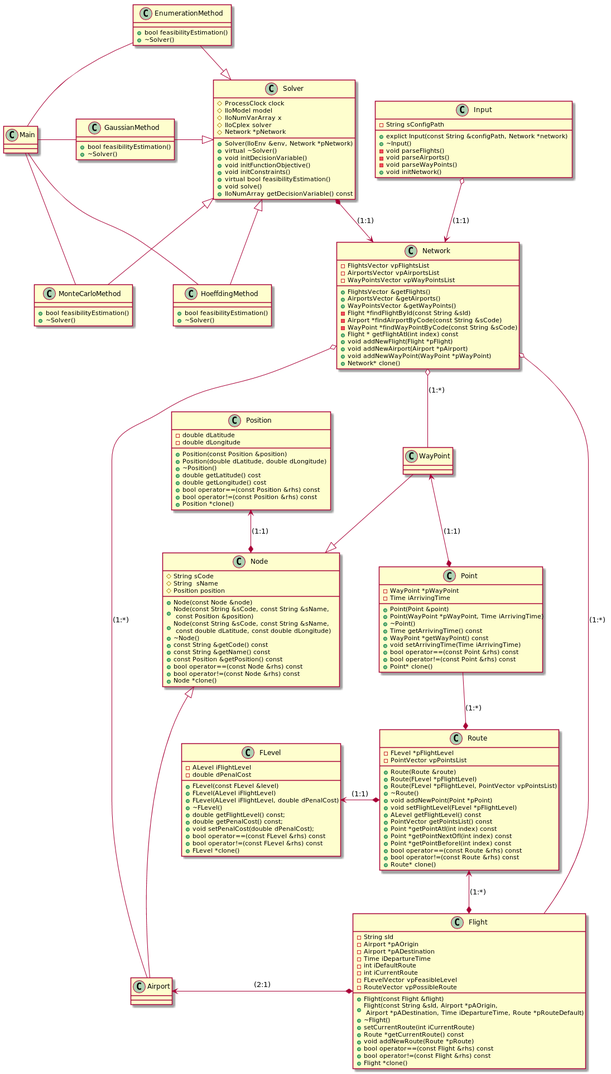
Above: uml/ClassDiagram_RobustFLA.png in martinWANG2014/RobustFLA (PlantUML), before the change. Its diagram source:
```plantuml
@startuml

class Input{
    -String sConfigPath
    +explict Input(const String &configPath, Network *network)
    +~Input()
    -void parseFlights()
    -void parseAirports()
    -void parseWayPoints()
    +void initNetwork()
}
class Network{
    -FlightsVector vpFlightsList
    -AirportsVector vpAirportsList
    -WayPointsVector vpWayPointsList
    +FlightsVector &getFlights()
    +AirportsVector &getAirports()
    +WayPointsVector &getWayPoints()
    -Flight *findFlightById(const String &sId)
    -Airport *findAirportByCode(const String &sCode)
    -WayPoint *findWayPointByCode(const String &sCode)
    +Flight * getFlightAtI(int index) const
    +void addNewFlight(Flight *pFlight)
    +void addNewAirport(Airport *pAirport)
    +void addNewWayPoint(WayPoint *pWayPoint)
    +Network* clone()
}
class Position{
    -double dLatitude
    -double dLongitude
    +Position(const Position &position)
    +Position(double dLatitude, double dLongitude)
    +~Position()
    +double getLatitude() cost
    +double getLongitude() cost
    +bool operator==(const Position &rhs) const
    +bool operator!=(const Position &rhs) const
    +Position *clone()
}
class Node{
    #String sCode
    #String  sName
    #Position position
    +Node(const Node &node)
    +Node(const String &sCode, const String &sName, \n const Position &position)
    +Node(const String &sCode, const String &sName, \n const double dLatitude, const double dLongitude)
    +~Node()
    +const String &getCode() const
    +const String &getName() const
    +const Position &getPosition() const
    +bool operator==(const Node &rhs) const
    +bool operator!=(const Node &rhs) const
    +Node *clone()
}
class FLevel{
    -ALevel iFlightLevel
    -double dPenalCost
    +FLevel(const FLevel &level)
    +FLevel(ALevel iFlightLevel)
    +FLevel(ALevel iFlightLevel, double dPenalCost)
    +~FLevel()
    +double getFlightLevel() const;
    +double getPenalCost() const;
    +void setPenalCost(double dPenalCost);
    +bool operator==(const FLevel &rhs) const
    +bool operator!=(const FLevel &rhs) const
    +FLevel *clone()
}
class Flight{
    -String sId
    -Airport *pAOrigin
    -Airport *pADestination
    -Time iDepartureTime
    -int iDefaultRoute
    -int iCurrentRoute
    -FLevelVector vpFeasibleLevel
    -RouteVector vpPossibleRoute
    +Flight(const Flight &flight)
    +Flight(const String &sId, Airport *pAOrigin, \n Airport *pADestination, Time iDepartureTime, Route *pRouteDefault)
    +~Flight()
    +setCurrentRoute(int iCurrentRoute)
    +Route *getCurrentRoute() const
    +void addNewRoute(Route *pRoute)
    +bool operator==(const Flight &rhs) const
    +bool operator!=(const Flight &rhs) const
    +Flight *clone()
}
class Point{
    -WayPoint *pWayPoint
    -Time iArrivingTime
    +Point(Point &point)
    +Point(WayPoint *pWayPoint, Time iArrivingTime)
    +~Point()
    +Time getArrivingTime() const
    +WayPoint *getWayPoint() const
    +void setArrivingTime(Time iArrivingTime)
    +bool operator==(const Point &rhs) const
    +bool operator!=(const Point &rhs) const
    +Point* clone()
}
class Route{
    -FLevel *pFlightLevel
    -PointVector vpPointsList
    +Route(Route &route)
    +Route(FLevel *pFlightLevel)
    +Route(FLevel *pFlightLevel, PointVector vpPointsList)
    +~Route()
    +void addNewPoint(Point *pPoint)
    +void setFlightLevel(FLevel *pFlightLevel)
    +ALevel getFlightLevel() const
    +PointVector getPointsList() const
    +Point *getPointAtI(int index) const
    +Point *getPointNextOfI(int index) const
    +Point *getPointBeforeI(int index) const
    +bool operator==(const Route &rhs) const
    +bool operator!=(const Route &rhs) const
    +Route* clone()
}

class Solver{
    #ProcessClock clock
    #IloModel model
    #IloNumVarArray x
    #IloCplex solver
    #Network *pNetwork
    +Solver(IloEnv &env, Network *pNetwork)
    +virtual ~Solver()
    +void initDecisionVariable()
    +void initFunctionObjective()
    +void initConstraints()
    +virtual bool feasibilityEstimation()
    +void solve()
    +IloNumArray getDecisionVariable() const
}
class MonteCarloMethod{
    +bool feasibilityEstimation()
    +~Solver()
}
class HoeffdingMethod{
    +bool feasibilityEstimation()
    +~Solver()
}
class EnumerationMethod{
    +bool feasibilityEstimation()
    +~Solver()
}
class GaussianMethod{
    +bool feasibilityEstimation()
    +~Solver()
}
Airport -u-|> Node
WayPoint --|> Node
Route *-u- Point:(1:*)
Route *-l-> FLevel:(1:1)
Point *-u->WayPoint:(1:1)
Flight *-u->Route:(1:*)
Flight *-l->Airport:(2:1)
Node *-u->Position:(1:1)
Input o-->Network:(1:1)
Network o--Flight:(1:*)
Network o-d-Airport:(1:*)
Network o--WayPoint:(1:*)
Solver *-->Network:(1:1)
MonteCarloMethod --|> Solver
HoeffdingMethod --|> Solver
EnumerationMethod --|> Solver
GaussianMethod -r-|> Solver
Main -d- MonteCarloMethod
Main -d- HoeffdingMethod
Main -u- EnumerationMethod
Main -r- GaussianMethod
@enduml
```
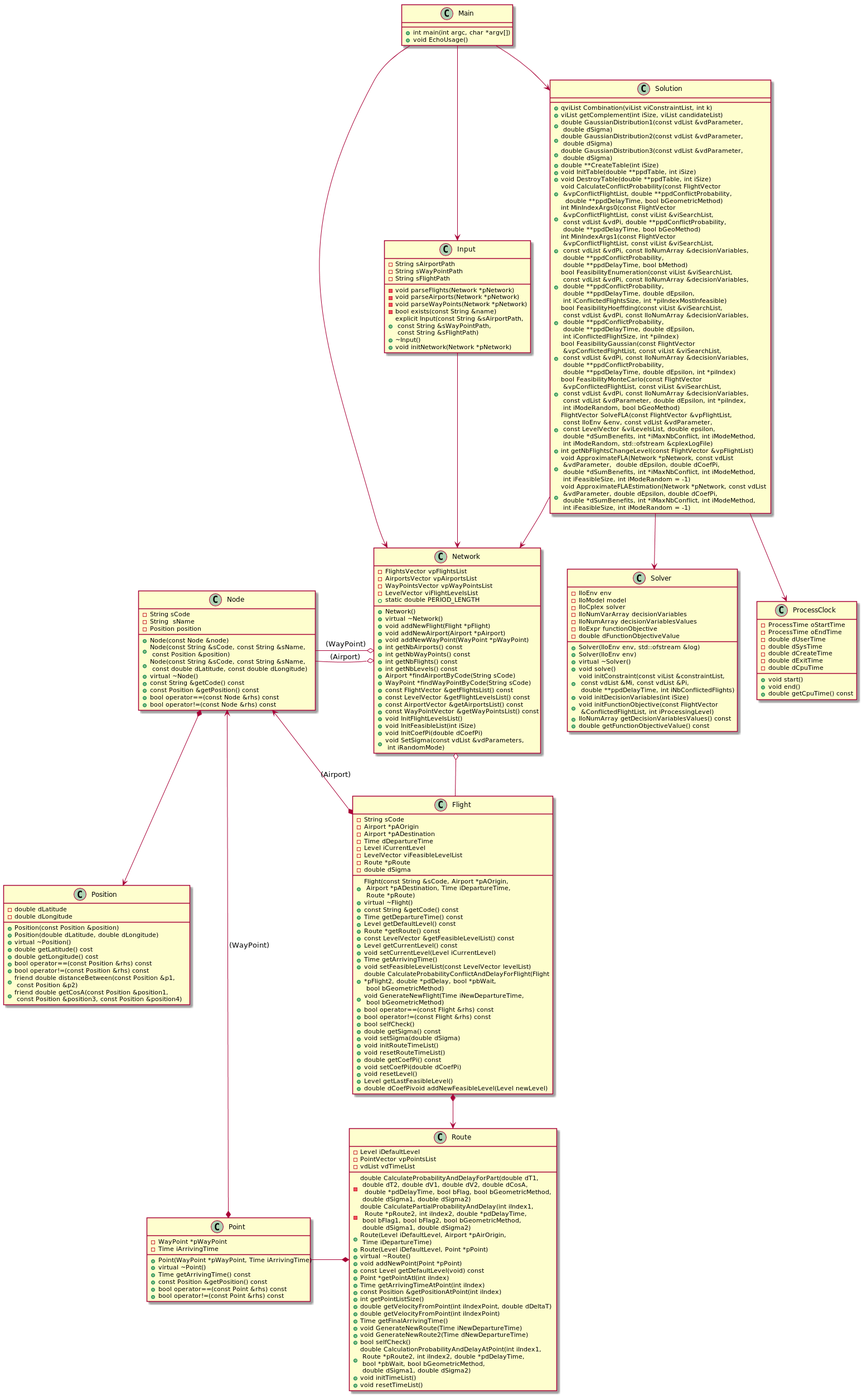
After the change.

The edit, as a diff of the source:
```diff
@@ -1,172 +1,211 @@
 @startuml
 
 class Input{
-    -String sConfigPath
-    +explict Input(const String &configPath, Network *network)
+    -String sAirportPath
+    -String sWayPointPath
+    -String sFlightPath
+    -void parseFlights(Network *pNetwork)
+    -void parseAirports(Network *pNetwork)
+    -void parseWayPoints(Network *pNetwork)
+    -bool exists(const String &name)
+    +explicit Input(const String &sAirportPath, \n const String &sWayPointPath, \n const String &sFlightPath)
     +~Input()
-    -void parseFlights()
-    -void parseAirports()
-    -void parseWayPoints()
-    +void initNetwork()
+    +void initNetwork(Network *pNetwork)
 }
 class Network{
     -FlightsVector vpFlightsList
     -AirportsVector vpAirportsList
     -WayPointsVector vpWayPointsList
-    +FlightsVector &getFlights()
-    +AirportsVector &getAirports()
-    +WayPointsVector &getWayPoints()
-    -Flight *findFlightById(const String &sId)
-    -Airport *findAirportByCode(const String &sCode)
-    -WayPoint *findWayPointByCode(const String &sCode)
-    +Flight * getFlightAtI(int index) const
+    -LevelVector viFlightLevelsList
+    +static double PERIOD_LENGTH
+    +Network()
+    +virtual ~Network()
     +void addNewFlight(Flight *pFlight)
     +void addNewAirport(Airport *pAirport)
     +void addNewWayPoint(WayPoint *pWayPoint)
-    +Network* clone()
+    +int getNbAirports() const
+    +int getNbWayPoints() const
+    +int getNbFlights() const
+    +int getNbLevels() const
+    +Airport *findAirportByCode(String sCode)
+    +WayPoint *findWayPointByCode(String sCode)
+    +const FlightVector &getFlightsList() const
+    +const LevelVector &getFlightLevelsList() const
+    +const AirportVector &getAirportsList() const
+    +const WayPointVector &getWayPointsList() const
+    +void InitFlightLevelsList()
+    +void InitFeasibleList(int iSize)
+    +void InitCoefPi(double dCoefPi)
+    +void SetSigma(const vdList &vdParameters, \n int iRandomMode)
 }
 class Position{
     -double dLatitude
     -double dLongitude
     +Position(const Position &position)
     +Position(double dLatitude, double dLongitude)
-    +~Position()
+    +virtual ~Position()
     +double getLatitude() cost
     +double getLongitude() cost
     +bool operator==(const Position &rhs) const
     +bool operator!=(const Position &rhs) const
-    +Position *clone()
+    +friend double distanceBetween(const Position &p1, \n const Position &p2)
+    +friend double getCosA(const Position &position1,  \n const Position &position3, const Position &position4)
 }
 class Node{
-    #String sCode
-    #String  sName
-    #Position position
+    -String sCode
+    -String  sName
+    -Position position
     +Node(const Node &node)
     +Node(const String &sCode, const String &sName, \n const Position &position)
     +Node(const String &sCode, const String &sName, \n const double dLatitude, const double dLongitude)
-    +~Node()
+    +virtual ~Node()
     +const String &getCode() const
-    +const String &getName() const
     +const Position &getPosition() const
     +bool operator==(const Node &rhs) const
     +bool operator!=(const Node &rhs) const
-    +Node *clone()
 }
-class FLevel{
-    -ALevel iFlightLevel
-    -double dPenalCost
-    +FLevel(const FLevel &level)
-    +FLevel(ALevel iFlightLevel)
-    +FLevel(ALevel iFlightLevel, double dPenalCost)
-    +~FLevel()
-    +double getFlightLevel() const;
-    +double getPenalCost() const;
-    +void setPenalCost(double dPenalCost);
-    +bool operator==(const FLevel &rhs) const
-    +bool operator!=(const FLevel &rhs) const
-    +FLevel *clone()
-}
+
 class Flight{
-    -String sId
+    -String sCode
     -Airport *pAOrigin
     -Airport *pADestination
-    -Time iDepartureTime
-    -int iDefaultRoute
-    -int iCurrentRoute
-    -FLevelVector vpFeasibleLevel
-    -RouteVector vpPossibleRoute
-    +Flight(const Flight &flight)
-    +Flight(const String &sId, Airport *pAOrigin, \n Airport *pADestination, Time iDepartureTime, Route *pRouteDefault)
-    +~Flight()
-    +setCurrentRoute(int iCurrentRoute)
-    +Route *getCurrentRoute() const
-    +void addNewRoute(Route *pRoute)
+    -Time dDepartureTime
+    -Level iCurrentLevel
+    -LevelVector viFeasibleLevelList
+    -Route *pRoute
+    -double dSigma
+    +Flight(const String &sCode, Airport *pAOrigin, \n Airport *pADestination, Time iDepartureTime, \n Route *pRoute)
+    +virtual ~Flight()
+    +const String &getCode() const
+    +Time getDepartureTime() const
+    +Level getDefaultLevel() const
+    +Route *getRoute() const
+    +const LevelVector &getFeasibleLevelList() const
+    +Level getCurrentLevel() const
+    +void setCurrentLevel(Level iCurrentLevel)
+    +Time getArrivingTime()
+    +void setFeasibleLevelList(const LevelVector levelList)
+    +double CalculateProbabilityConflictAndDelayForFlight(Flight \n*pFlight2, double *pdDelay, bool *pbWait,\n bool bGeometricMethod)
+    +void GenerateNewFlight(Time iNewDepartureTime, \n bool bGeometricMethod)
     +bool operator==(const Flight &rhs) const
     +bool operator!=(const Flight &rhs) const
-    +Flight *clone()
+    +bool selfCheck()
+    +double getSigma() const
+    +void setSigma(double dSigma)
+    +void initRouteTimeList()
+    +void resetRouteTimeList()
+    +double getCoefPi() const
+    +void setCoefPi(double dCoefPi)
+    +void resetLevel()
+    +Level getLastFeasibleLevel()
+    +double dCoefPivoid addNewFeasibleLevel(Level newLevel)
 }
 class Point{
     -WayPoint *pWayPoint
     -Time iArrivingTime
-    +Point(Point &point)
     +Point(WayPoint *pWayPoint, Time iArrivingTime)
-    +~Point()
+    +virtual ~Point()
     +Time getArrivingTime() const
-    +WayPoint *getWayPoint() const
-    +void setArrivingTime(Time iArrivingTime)
+    +const Position &getPosition() const
     +bool operator==(const Point &rhs) const
     +bool operator!=(const Point &rhs) const
-    +Point* clone()
 }
 class Route{
-    -FLevel *pFlightLevel
+    -Level iDefaultLevel
     -PointVector vpPointsList
-    +Route(Route &route)
-    +Route(FLevel *pFlightLevel)
-    +Route(FLevel *pFlightLevel, PointVector vpPointsList)
-    +~Route()
+    -vdList vdTimeList
+    -double CalculateProbabilityAndDelayForPart(double dT1, \n double dT2, double dV1, double dV2, double dCosA, \n  double *pdDelayTime, bool bFlag, bool bGeometricMethod, \n double dSigma1, double dSigma2)
+    -double CalculatePartialProbabilityAndDelay(int iIndex1, \n  Route *pRoute2, int iIndex2, double *pdDelayTime, \n bool bFlag1, bool bFlag2, bool bGeometricMethod, \n double dSigma1, double dSigma2)
+    +Route(Level iDefaultLevel, Airport *pAirOrigin, \n Time iDepartureTime)
+    +Route(Level iDefaultLevel, Point *pPoint)
+    +virtual ~Route()
     +void addNewPoint(Point *pPoint)
-    +void setFlightLevel(FLevel *pFlightLevel)
-    +ALevel getFlightLevel() const
-    +PointVector getPointsList() const
-    +Point *getPointAtI(int index) const
-    +Point *getPointNextOfI(int index) const
-    +Point *getPointBeforeI(int index) const
-    +bool operator==(const Route &rhs) const
-    +bool operator!=(const Route &rhs) const
-    +Route* clone()
+    +const Level getDefaultLevel(void) const
+    +Point *getPointAtI(int iIndex)
+    +Time getArrivingTimeAtPoint(int iIndex)
+    +const Position &getPositionAtPoint(int iIndex)
+    +int getPointListSize()
+    +double getVelocityFromPoint(int iIndexPoint, double dDeltaT)
+    +double getVelocityFromPoint(int iIndexPoint)
+    +Time getFinalArrivingTime()
+    +void GenerateNewRoute(Time iNewDepartureTime)
+    +void GenerateNewRoute2(Time dNewDepartureTime)
+    +bool selfCheck()
+    +double CalculationProbabilityAndDelayAtPoint(int iIndex1, \n Route *pRoute2, int iIndex2, double *pdDelayTime, \n bool *pbWait, bool bGeometricMethod, \n double dSigma1, double dSigma2)
+    +void initTimeList()
+    +void resetTimeList()
 }
 
 class Solver{
-    #ProcessClock clock
-    #IloModel model
-    #IloNumVarArray x
-    #IloCplex solver
-    #Network *pNetwork
-    +Solver(IloEnv &env, Network *pNetwork)
+    -IloEnv env
+    -IloModel model
+    -IloCplex solver
+    -IloNumVarArray decisionVariables
+    -IloNumArray decisionVariablesValues
+    -IloExpr functionObjective
+    -double dFunctionObjectiveValue
+    +Solver(IloEnv env, std::ofstream &log)
+    +Solver(IloEnv env)
     +virtual ~Solver()
-    +void initDecisionVariable()
-    +void initFunctionObjective()
-    +void initConstraints()
-    +virtual bool feasibilityEstimation()
     +void solve()
-    +IloNumArray getDecisionVariable() const
+    +void initConstraint(const viList &constraintList,\n const vdList &Mi, const vdList &Pi, \n double **ppdDelayTime, int iNbConflictedFlights)
+    +void initDecisionVariables(int iSize)
+    +void initFunctionObjective(const FlightVector \n &ConflictedFlightList, int iProcessingLevel)
+    +IloNumArray getDecisionVariablesValues() const
+    +double getFunctionObjectiveValue() const
 }
-class MonteCarloMethod{
-    +bool feasibilityEstimation()
-    +~Solver()
+class ProcessClock{
+    -ProcessTime oStartTime
+    -ProcessTime oEndTime
+    -double dUserTime
+    -double dSysTime
+    -double dCreateTime
+    -double dExitTime
+    -double dCpuTime
+    +void start()
+    +void end()
+    +double getCpuTime() const
 }
-class HoeffdingMethod{
-    +bool feasibilityEstimation()
-    +~Solver()
+
+class Main {
+    +int main(int argc, char *argv[])
+    +void EchoUsage()
 }
-class EnumerationMethod{
-    +bool feasibilityEstimation()
-    +~Solver()
+class Solution{
+    +qviList Combination(viList viConstraintList, int k)
+    +viList getComplement(int iSize, viList candidateList)
+    +double GaussianDistribution1(const vdList &vdParameter, \n double dSigma)
+    +double GaussianDistribution2(const vdList &vdParameter, \n double dSigma)
+    +double GaussianDistribution3(const vdList &vdParameter, \n double dSigma)
+    +double **CreateTable(int iSize)
+    +void InitTable(double **ppdTable, int iSize)
+    +void DestroyTable(double **ppdTable, int iSize)
+    +void CalculateConflictProbability(const FlightVector \n &vpConflictFlightList, double **ppdConflictProbability, \n  double **ppdDelayTime, bool bGeometricMethod)
+    +int MinIndexArgs0(const FlightVector \n &vpConflictFlightList, const viList &viSearchList, \n const vdList &vdPi, double **ppdConflictProbability, \n double **ppdDelayTime, bool bGeoMethod)
+    +int MinIndexArgs1(const FlightVector \n &vpConflictFlightList, const viList &viSearchList, \n const vdList &vdPi, const IloNumArray &decisionVariables, \n double **ppdConflictProbability, \n double **ppdDelayTime, bool bMethod)
+    +bool FeasibilityEnumeration(const viList &viSearchList, \n const vdList &vdPi, const IloNumArray &decisionVariables, \n double **ppdConflictProbability, \n double **ppdDelayTime, double dEpsilon, \n int iConflictedFlightsSize, int *piIndexMostInfeasible)
+    +bool FeasibilityHoeffding(const viList &viSearchList, \n const vdList &vdPi, const IloNumArray &decisionVariables, \n double **ppdConflictProbability, \n double **ppdDelayTime, double dEpsilon, \n int iConflictedFlightSize, int *piIndex)
+    +bool FeasibilityGaussian(const FlightVector \n &vpConflictedFlightList, const viList &viSearchList, \n const vdList &vdPi, const IloNumArray &decisionVariables, \n double **ppdConflictProbability, \n double **ppdDelayTime, double dEpsilon, int *piIndex)
+    +bool FeasibilityMonteCarlo(const FlightVector \n &vpConflictedFlightList, const viList &viSearchList, \n const vdList &vdPi, const IloNumArray &decisionVariables, \n const vdList &vdParameter, double dEpsilon, int *piIndex, \n int iModeRandom, bool bGeoMethod)
+    +FlightVector SolveFLA(const FlightVector &vpFlightList, \n const IloEnv &env, const vdList &vdParameter,\n const LevelVector &viLevelsList, double epsilon, \n double *dSumBenefits, int *iMaxNbConflict, int iModeMethod, \n int iModeRandom, std::ofstream &cplexLogFile)
+    +int getNbFlightsChangeLevel(const FlightVector &vpFlightList)
+    +void ApproximateFLA(Network *pNetwork, const vdList \n &vdParameter,  double dEpsilon, double dCoefPi, \n double *dSumBenefits, int *iMaxNbConflict, int iModeMethod,  \n int iFeasibleSize, int iModeRandom = -1)
+    +void ApproximateFLAEstimation(Network *pNetwork, const vdList \n &vdParameter, double dEpsilon, double dCoefPi, \n double *dSumBenefits, int *iMaxNbConflict, int iModeMethod, \n int iFeasibleSize, int iModeRandom = -1)
+
 }
-class GaussianMethod{
-    +bool feasibilityEstimation()
-    +~Solver()
-}
-Airport -u-|> Node
-WayPoint --|> Node
-Route *-u- Point:(1:*)
-Route *-l-> FLevel:(1:1)
-Point *-u->WayPoint:(1:1)
-Flight *-u->Route:(1:*)
-Flight *-l->Airport:(2:1)
-Node *-u->Position:(1:1)
-Input o-->Network:(1:1)
-Network o--Flight:(1:*)
-Network o-d-Airport:(1:*)
-Network o--WayPoint:(1:*)
-Solver *-->Network:(1:1)
-MonteCarloMethod --|> Solver
-HoeffdingMethod --|> Solver
-EnumerationMethod --|> Solver
-GaussianMethod -r-|> Solver
-Main -d- MonteCarloMethod
-Main -d- HoeffdingMethod
-Main -u- EnumerationMethod
-Main -r- GaussianMethod
+Route *-l- Point
+Point *-->Node:(WayPoint)
+Flight *-->Route
+Flight *-->Node:(Airport)
+Node *-->Position
+Input -->Network
+Network o--Flight
+Network o-l-Node:(Airport)
+Network o-l-Node:(WayPoint)
+Main -->Solution
+Main -->Input
+Main -->Network
+Solution -->Network
+Solution -->Solver
+Solution -->ProcessClock
 @enduml
```
